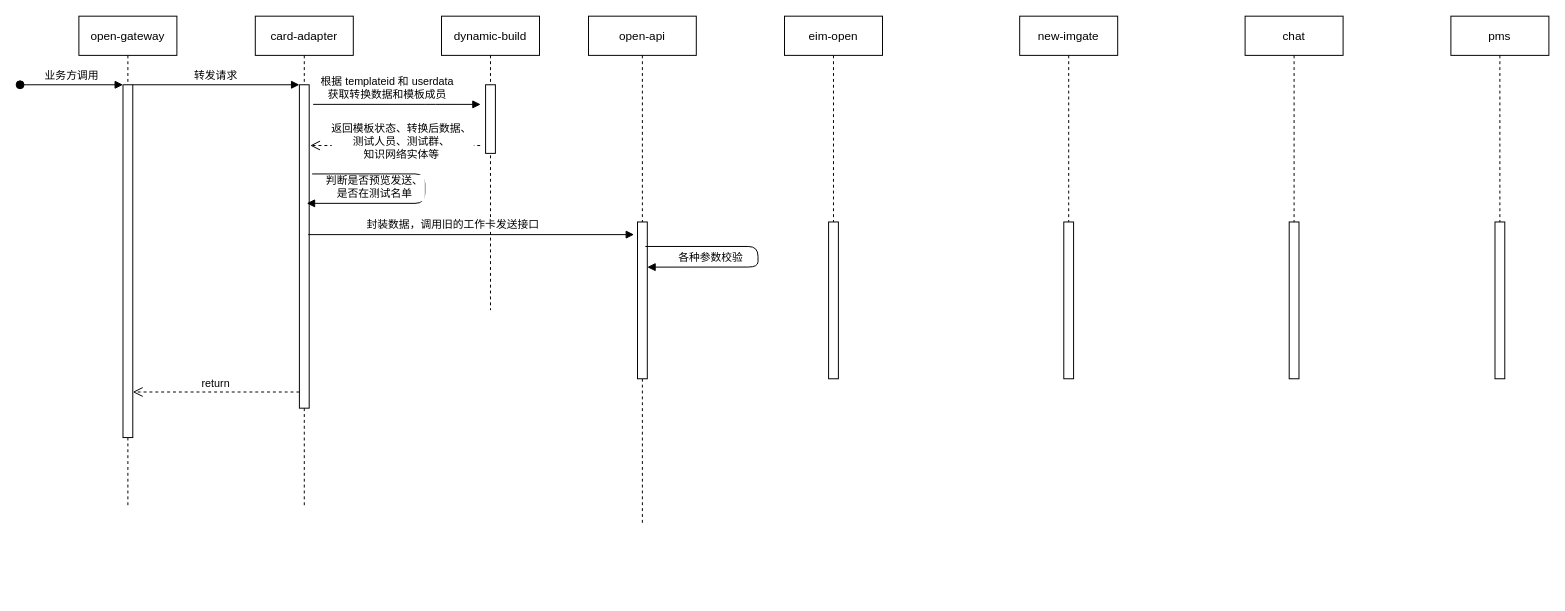
Above: 未命名绘图.drawio in leaderyangzi/12306 (draw.io), before the change. Source tidied: cells renumbered, new cells numbered last; positions are measured from the earlier drawing's top-left corner, leaving out a move shared by most shapes. Both pictures are drawn from the tidied source at 98%, with x=0, y=0 at pixel (20, 16).
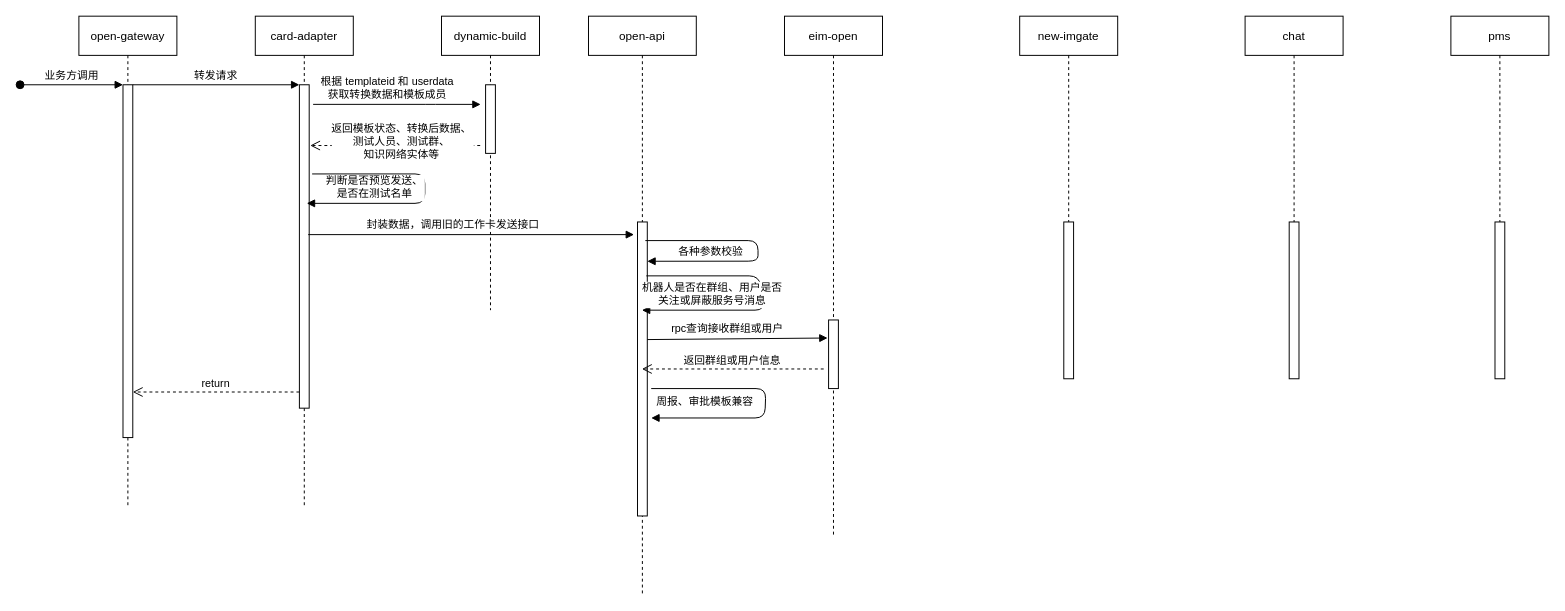
The same page after the edit.

Commit message:
更新未命名绘图.drawio

Change to the diagram source:
```diff
@@
     <mxCell id="14" value="open-api" style="shape=umlLifeline;perimeter=lifelinePerimeter;rounded=0;shadow=0;strokeWidth=1;" parent="1" vertex="1">
-      <mxGeometry x="580" width="110" height="520" as="geometry" />
+      <mxGeometry x="580" width="110" height="590" as="geometry" />
     </mxCell>
     <mxCell id="15" style="points=[];perimeter=orthogonalPerimeter;rounded=0;shadow=0;strokeWidth=1;" parent="14" vertex="1">
-      <mxGeometry x="50" y="210" width="10" height="160" as="geometry" />
+      <mxGeometry x="50" y="210" width="10" height="300" as="geometry" />
     </mxCell>
+    <mxCell id="26" value="rpc查询接收群组或用户" style="verticalAlign=bottom;endArrow=block;shadow=0;strokeWidth=1;exitX=1.1;exitY=0.546;exitDx=0;exitDy=0;exitPerimeter=0;entryX=-0.1;entryY=0.263;entryDx=0;entryDy=0;entryPerimeter=0;" parent="14" edge="1" target="18">
+      <mxGeometry x="-0.11" y="1" relative="1" as="geometry">
+        <mxPoint x="60" y="330" as="sourcePoint" />
+      </mxGeometry>
+    </mxCell>
+    <mxCell id="27" value="周报、审批模板兼容" style="verticalAlign=bottom;endArrow=block;shadow=0;strokeWidth=1;" parent="14" edge="1">
+      <mxGeometry x="0.58" y="-8" relative="1" as="geometry">
+        <mxPoint x="64" y="380" as="sourcePoint" />
+        <mxPoint x="64" y="410" as="targetPoint" />
+        <Array as="points">
+          <mxPoint x="181" y="380" />
+          <mxPoint x="180" y="410" />
+        </Array>
+      </mxGeometry>
+    </mxCell>
@@
     <mxCell id="17" value="eim-open" style="shape=umlLifeline;perimeter=lifelinePerimeter;rounded=0;shadow=0;strokeWidth=1;" parent="1" vertex="1">
-      <mxGeometry x="780" width="100" height="300" as="geometry" />
+      <mxGeometry x="780" width="100" height="530" as="geometry" />
     </mxCell>
     <mxCell id="18" style="points=[];perimeter=orthogonalPerimeter;rounded=0;shadow=0;strokeWidth=1;" parent="17" vertex="1">
-      <mxGeometry x="45" y="210" width="10" height="160" as="geometry" />
+      <mxGeometry x="45" y="310" width="10" height="70" as="geometry" />
     </mxCell>
@@
-    <mxCell id="25" value="各种参数校验" style="verticalAlign=bottom;endArrow=block;shadow=0;strokeWidth=1;entryX=1;entryY=0.288;entryDx=0;entryDy=0;entryPerimeter=0;" parent="1" edge="1" target="15">
+    <mxCell id="25" value="各种参数校验" style="verticalAlign=bottom;endArrow=block;shadow=0;strokeWidth=1;entryX=1;entryY=0.288;entryDx=0;entryDy=0;entryPerimeter=0;" parent="1" edge="1">
       <mxGeometry x="0.48" y="-1" relative="1" as="geometry">
-        <mxPoint x="638" y="235" as="sourcePoint" />
+        <mxPoint x="638" y="229" as="sourcePoint" />
+        <mxPoint x="640" y="250.1" as="targetPoint" />
         <Array as="points">
-          <mxPoint x="753" y="235" />
-          <mxPoint x="753" y="256" />
+          <mxPoint x="753" y="229" />
+          <mxPoint x="753" y="250" />
         </Array>
       </mxGeometry>
     </mxCell>
+    <mxCell id="28" value="机器人是否在群组、用户是否&#10;关注或屏蔽服务号消息" style="verticalAlign=bottom;endArrow=block;shadow=0;strokeWidth=1;" parent="1" edge="1" target="14">
+      <mxGeometry x="0.48" y="-1" relative="1" as="geometry">
+        <mxPoint x="639" y="265" as="sourcePoint" />
+        <Array as="points">
+          <mxPoint x="754" y="265" />
+          <mxPoint x="760" y="300" />
+        </Array>
+      </mxGeometry>
+    </mxCell>
+    <mxCell id="29" value="返回群组或用户信息" style="verticalAlign=bottom;endArrow=open;dashed=1;endSize=8;exitX=0;exitY=0.95;shadow=0;strokeWidth=1;" parent="1" edge="1" target="14">
+      <mxGeometry relative="1" as="geometry">
+        <mxPoint x="820" y="360" as="sourcePoint" />
+      </mxGeometry>
+    </mxCell>
```
